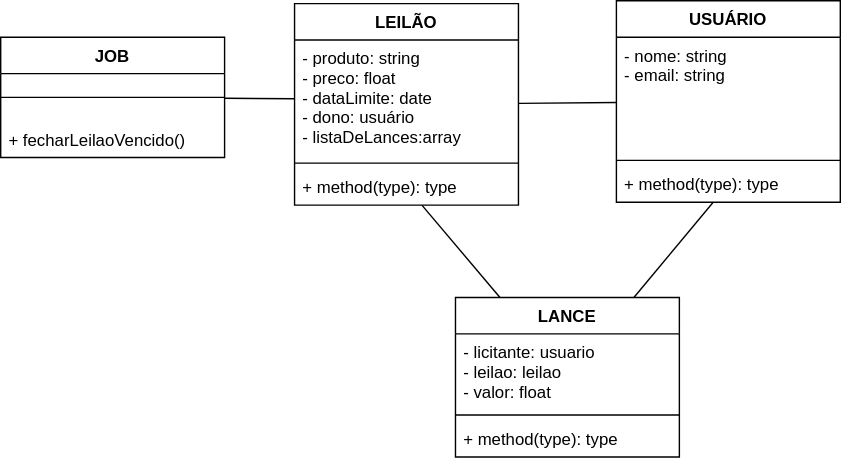
This is ex diag de classe 1.svg from ericthmoritsuka/umlExercises, a draw.io export, as it was before one commit. Source tidied: cells renumbered, new cells last; positions are measured from the earlier drawing's top-left corner, leaving out a move shared by most shapes.
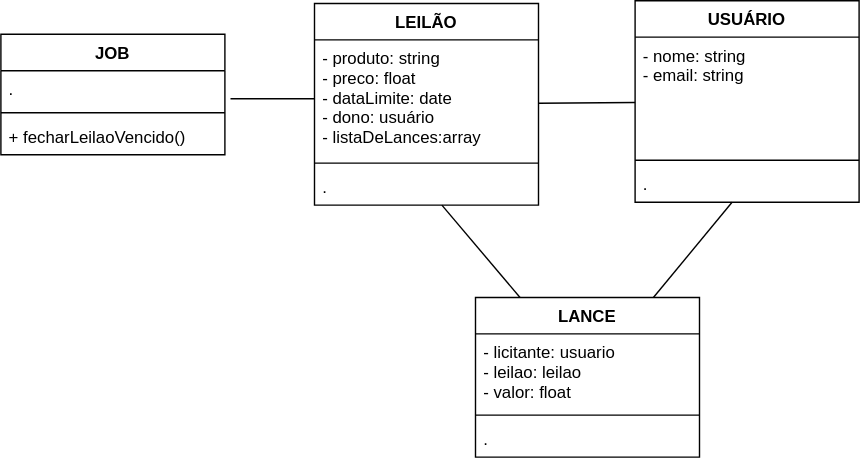
Above is the later version.

Diff of the diagram source:
```diff
@@ -2,18 +2,9 @@
   <root>
     <mxCell id="0" />
     <mxCell id="1" parent="0" />
-    <mxCell id="2" style="rounded=0;jettySize=auto;html=1;entryX=0;entryY=0.5;entryDx=0;entryDy=0;endArrow=none;endFill=0;" parent="1" edge="1" source="3" target="8">
+    <mxCell id="2" style="rounded=0;jettySize=auto;html=1;entryX=0;entryY=0.5;entryDx=0;entryDy=0;endArrow=none;endFill=0;exitX=1.025;exitY=0.769;exitDx=0;exitDy=0;exitPerimeter=0;" parent="1" edge="1" source="21" target="8">
       <mxGeometry relative="1" as="geometry" />
     </mxCell>
-    <mxCell id="3" value="JOB" style="swimlane;fontStyle=1;align=center;verticalAlign=top;horizontal=1;startSize=26;" parent="1" vertex="1">
-      <mxGeometry y="26" width="160" height="86" as="geometry" />
-    </mxCell>
-    <mxCell id="4" style="line;strokeWidth=1;fillColor=none;align=left;verticalAlign=middle;spacingTop=-1;spacingLeft=3;spacingRight=3;labelPosition=right;" parent="3" vertex="1">
-      <mxGeometry y="26" width="160" height="34" as="geometry" />
-    </mxCell>
-    <mxCell id="5" value="+ fecharLeilaoVencido()" style="text;strokeColor=none;fillColor=none;align=left;verticalAlign=top;spacingLeft=4;spacingRight=4;overflow=hidden;" parent="3" vertex="1">
-      <mxGeometry y="60" width="160" height="26" as="geometry" />
-    </mxCell>
     <mxCell id="6" style="edgeStyle=none;rounded=0;jettySize=auto;html=1;endArrow=none;endFill=0;" parent="1" edge="1" source="7" target="11">
       <mxGeometry relative="1" as="geometry" />
     </mxCell>
@@ -26,11 +17,11 @@
     <mxCell id="9" style="line;strokeWidth=1;fillColor=none;align=left;verticalAlign=middle;spacingTop=-1;spacingLeft=3;spacingRight=3;labelPosition=right;" parent="7" vertex="1">
       <mxGeometry y="110" width="160" height="8" as="geometry" />
     </mxCell>
-    <mxCell id="10" value="+ method(type): type" style="text;strokeColor=none;fillColor=none;align=left;verticalAlign=top;spacingLeft=4;spacingRight=4;overflow=hidden;points=[[0,0.5],[1,0.5]];portConstraint=eastwest;" parent="7" vertex="1">
+    <mxCell id="10" value="." style="text;strokeColor=none;fillColor=none;align=left;verticalAlign=top;spacingLeft=4;spacingRight=4;overflow=hidden;points=[[0,0.5],[1,0.5]];portConstraint=eastwest;" parent="7" vertex="1">
       <mxGeometry y="118" width="160" height="26" as="geometry" />
     </mxCell>
     <mxCell id="11" value="USUÁRIO" style="swimlane;fontStyle=1;align=center;verticalAlign=top;horizontal=1;startSize=26;" parent="1" vertex="1">
-      <mxGeometry x="440" width="160" height="144" as="geometry" />
+      <mxGeometry x="439" width="160" height="144" as="geometry" />
     </mxCell>
     <mxCell id="12" value="- nome: string&#10;- email: string" style="text;strokeColor=none;fillColor=none;align=left;verticalAlign=top;spacingLeft=4;spacingRight=4;overflow=hidden;" parent="11" vertex="1">
       <mxGeometry y="26" width="160" height="84" as="geometry" />
@@ -38,7 +29,7 @@
     <mxCell id="13" style="line;strokeWidth=1;fillColor=none;align=left;verticalAlign=middle;spacingTop=-1;spacingLeft=3;spacingRight=3;labelPosition=right;" parent="11" vertex="1">
       <mxGeometry y="110" width="160" height="8" as="geometry" />
     </mxCell>
-    <mxCell id="14" value="+ method(type): type" style="text;strokeColor=none;fillColor=none;align=left;verticalAlign=top;spacingLeft=4;spacingRight=4;overflow=hidden;points=[[0,0.5],[1,0.5]];portConstraint=eastwest;" parent="11" vertex="1">
+    <mxCell id="14" value="." style="text;strokeColor=none;fillColor=none;align=left;verticalAlign=top;spacingLeft=4;spacingRight=4;overflow=hidden;points=[[0,0.5],[1,0.5]];portConstraint=eastwest;" parent="11" vertex="1">
       <mxGeometry y="118" width="160" height="26" as="geometry" />
     </mxCell>
     <mxCell id="15" value="LANCE" style="swimlane;fontStyle=1;align=center;verticalAlign=top;horizontal=1;startSize=26;" parent="1" vertex="1">
@@ -50,7 +41,7 @@
     <mxCell id="17" style="line;strokeWidth=1;fillColor=none;align=left;verticalAlign=middle;spacingTop=-1;spacingLeft=3;spacingRight=3;labelPosition=right;" parent="15" vertex="1">
       <mxGeometry y="80" width="160" height="8" as="geometry" />
     </mxCell>
-    <mxCell id="18" value="+ method(type): type" style="text;strokeColor=none;fillColor=none;align=left;verticalAlign=top;spacingLeft=4;spacingRight=4;overflow=hidden;" parent="15" vertex="1">
+    <mxCell id="18" value="." style="text;strokeColor=none;fillColor=none;align=left;verticalAlign=top;spacingLeft=4;spacingRight=4;overflow=hidden;" parent="15" vertex="1">
       <mxGeometry y="88" width="160" height="26" as="geometry" />
     </mxCell>
     <mxCell id="19" style="endArrow=none;html=1;rounded=0;" parent="1" edge="1" source="10" target="15">
@@ -59,5 +50,17 @@
     <mxCell id="20" style="endArrow=none;html=1;rounded=0;" parent="1" edge="1" source="14" target="15">
       <mxGeometry relative="1" as="geometry" />
     </mxCell>
+    <mxCell id="3" value="JOB" style="swimlane;fontStyle=1;align=center;verticalAlign=top;horizontal=1;startSize=26;" parent="1" vertex="1">
+      <mxGeometry x="-14" y="24" width="160" height="86" as="geometry" />
+    </mxCell>
+    <mxCell id="21" value="." style="text;strokeColor=none;fillColor=none;align=left;verticalAlign=top;spacingLeft=4;spacingRight=4;overflow=hidden;points=[[0,0.5],[1,0.5]];portConstraint=eastwest;" parent="3" vertex="1">
+      <mxGeometry y="26" width="160" height="26" as="geometry" />
+    </mxCell>
+    <mxCell id="22" style="line;strokeWidth=1;fillColor=none;align=left;verticalAlign=middle;spacingTop=-1;spacingLeft=3;spacingRight=3;labelPosition=right;" parent="3" vertex="1">
+      <mxGeometry y="52" width="160" height="8" as="geometry" />
+    </mxCell>
+    <mxCell id="5" value="+ fecharLeilaoVencido()" style="text;strokeColor=none;fillColor=none;align=left;verticalAlign=top;spacingLeft=4;spacingRight=4;overflow=hidden;" parent="3" vertex="1">
+      <mxGeometry y="60" width="160" height="26" as="geometry" />
+    </mxCell>
   </root>
 </mxGraphModel>
```
